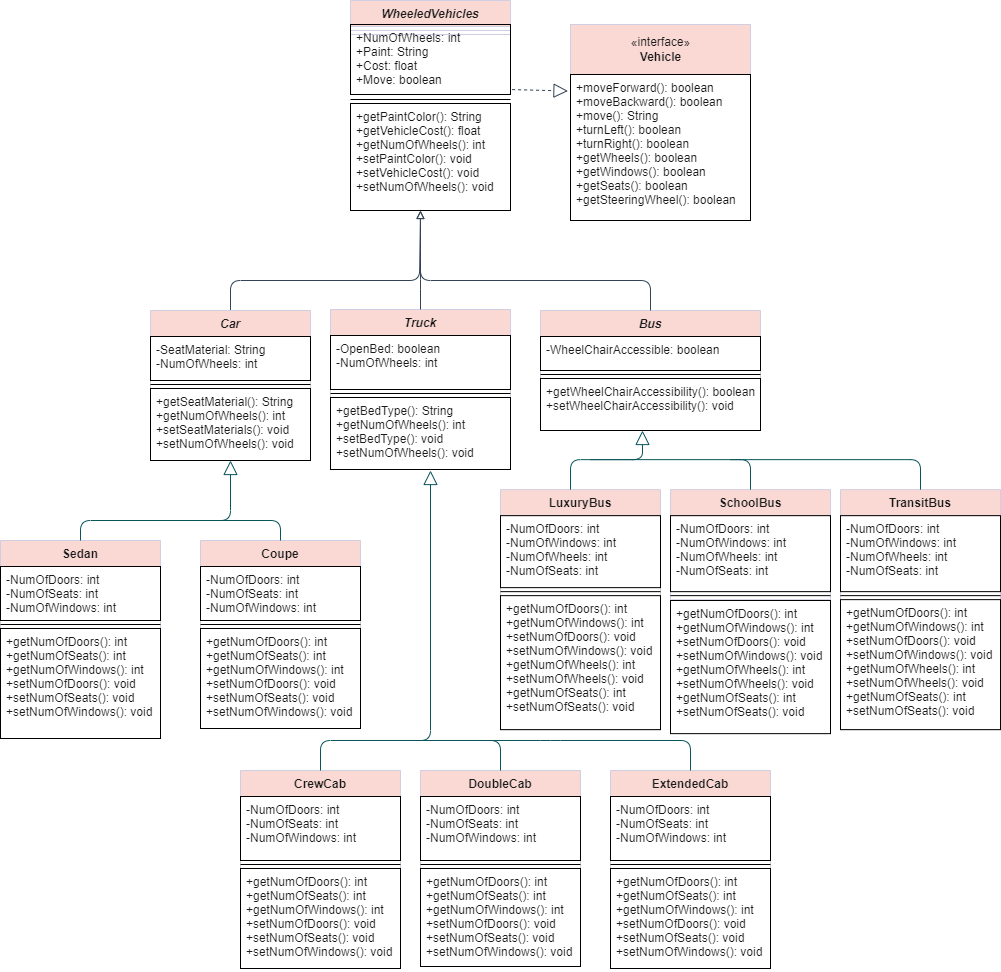
c0l3yni/tekcamp keeps this draw.io diagram as oop/WheeledVehiclesClass UMLDiagram.png. Above is the earlier version. Source tidied: cells renumbered, new cells last; positions are measured from the earlier drawing's top-left corner, leaving out a move shared by most shapes.
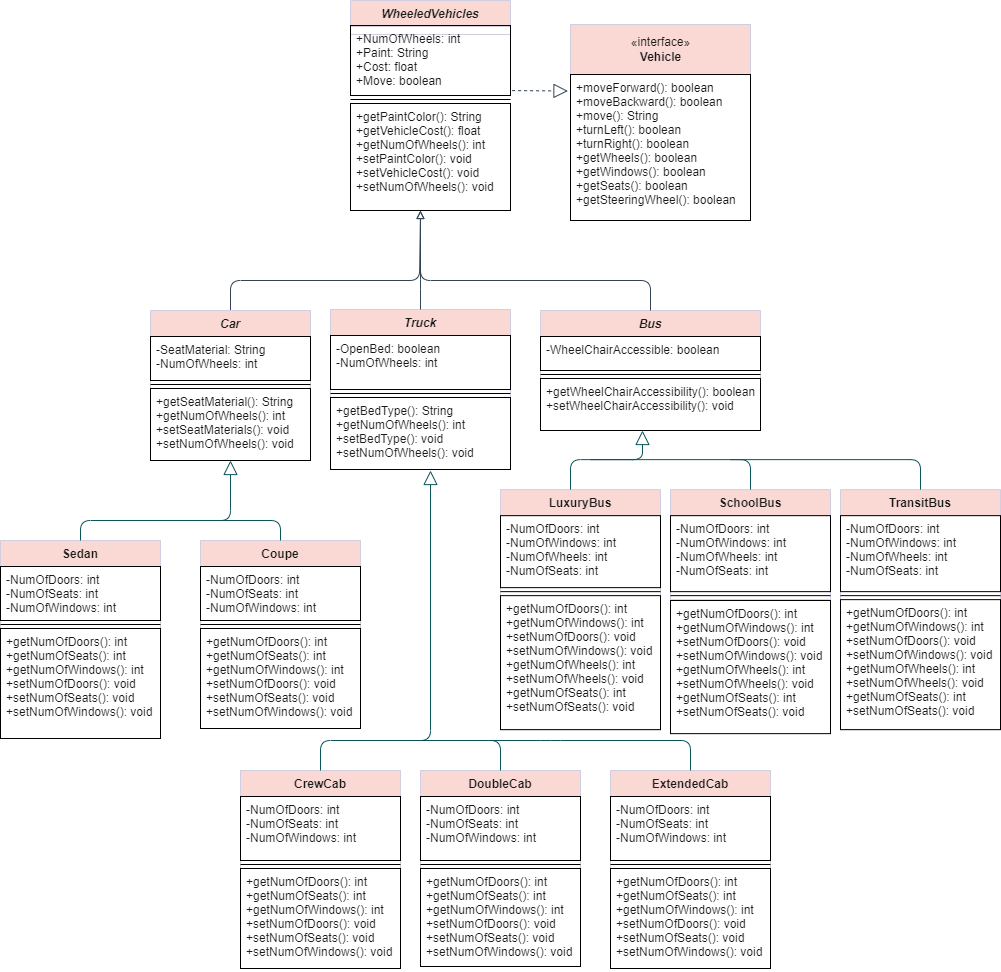
The same file after the commit.

Commit message:
removed weird line under abstract superclass

Change to the diagram source:
```diff
@@ -50,9 +50,6 @@
     <mxCell id="15" value="WheeledVehicles" style="swimlane;fontStyle=3;align=center;verticalAlign=top;horizontal=1;startSize=26;fillColor=#FAD9D5;strokeColor=#D0CEE2;fontColor=#1A1A1A;rounded=0;" parent="1" vertex="1">
       <mxGeometry x="350" width="160" height="34" as="geometry" />
     </mxCell>
-    <mxCell id="16" style="line;strokeWidth=1;fillColor=none;align=left;verticalAlign=middle;spacingTop=-1;spacingLeft=3;spacingRight=3;labelPosition=right;strokeColor=#D0CEE2;fontColor=#1A1A1A;rounded=0;" parent="15" vertex="1">
-      <mxGeometry y="26" width="160" height="8" as="geometry" />
-    </mxCell>
     <mxCell id="17" value="«interface»&lt;br&gt;&lt;b&gt;Vehicle&lt;/b&gt;" style="html=1;fontColor=#1A1A1A;strokeColor=#D0CEE2;fillColor=#FAD9D5;" parent="1" vertex="1">
       <mxGeometry x="570" y="24" width="180" height="50" as="geometry" />
     </mxCell>
@@ -240,7 +237,7 @@
       <mxGeometry relative="1" as="geometry" />
     </mxCell>
     <mxCell id="61" value="+NumOfWheels: int&#10;+Paint: String&#10;+Cost: float&#10;+Move: boolean" style="text;strokeColor=default;fillColor=none;align=left;verticalAlign=top;spacingLeft=4;spacingRight=4;overflow=hidden;points=[[0,0.5],[1,0.5]];portConstraint=eastwest;fontColor=#1A1A1A;rounded=0;" parent="1" vertex="1">
-      <mxGeometry x="350" y="24" width="160" height="70" as="geometry" />
+      <mxGeometry x="350" y="25" width="160" height="70" as="geometry" />
     </mxCell>
     <mxCell id="62" value="+getPaintColor(): String&#10;+getVehicleCost(): float&#10;+getNumOfWheels(): int&#10;+setPaintColor(): void&#10;+setVehicleCost(): void&#10;+setNumOfWheels(): void" style="text;strokeColor=default;fillColor=none;align=left;verticalAlign=top;spacingLeft=4;spacingRight=4;overflow=hidden;fontColor=#1A1A1A;rounded=0;" parent="1" vertex="1">
       <mxGeometry x="350" y="103" width="160" height="107" as="geometry" />
```
